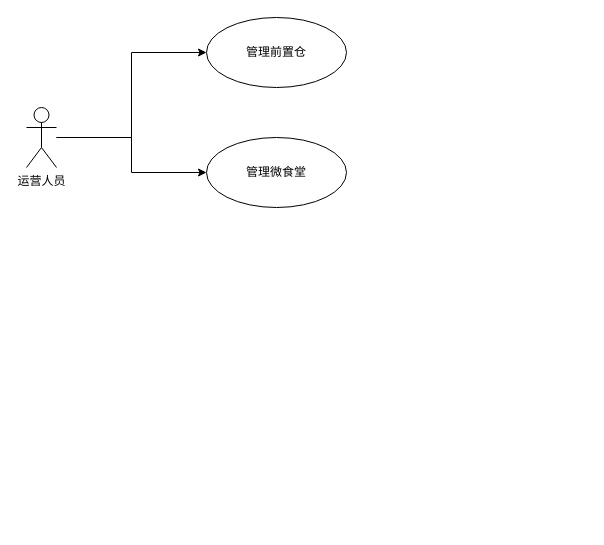
This is 食物觉醒用例图.drawio from fgliu-andy/doc, a draw.io file, before an edit. Source tidied: cells renumbered, new cells numbered last; positions are measured from the earlier drawing's top-left corner, leaving out a move shared by most shapes. Both pictures are drawn from the tidied source at 100%, with x=0, y=0 at pixel (26, 17).
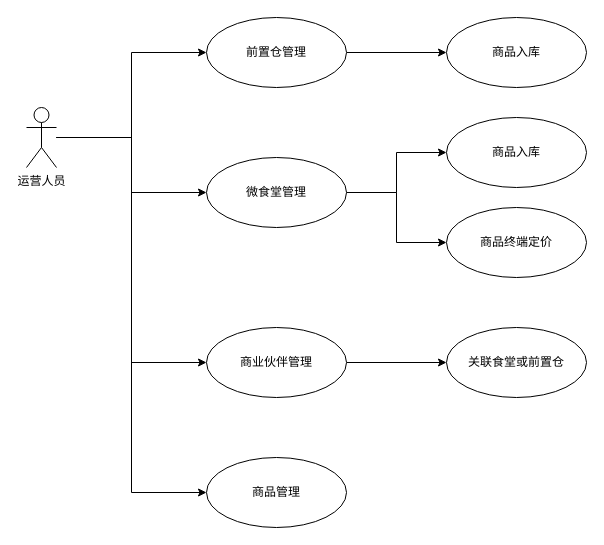
The same diagram, later.

Commit message (it also covers changes not shown here):
更新食物觉醒用例图.drawio

The edit, as a diff of the source:
```diff
@@
 <mxGraphModel>
   <root>
     <mxCell id="0" />
     <mxCell id="1" parent="0" />
     <mxCell id="2" style="edgeStyle=orthogonalEdgeStyle;rounded=0;jettySize=auto;html=1;entryX=0;entryY=0.5;entryDx=0;entryDy=0;" parent="1" edge="1" source="4" target="6">
       <mxGeometry relative="1" as="geometry" />
     </mxCell>
     <mxCell id="3" style="edgeStyle=orthogonalEdgeStyle;rounded=0;jettySize=auto;html=1;entryX=0;entryY=0.5;entryDx=0;entryDy=0;" parent="1" edge="1" source="4" target="5">
       <mxGeometry relative="1" as="geometry" />
     </mxCell>
+    <mxCell id="7" style="edgeStyle=orthogonalEdgeStyle;rounded=0;jettySize=auto;html=1;entryX=0;entryY=0.5;entryDx=0;entryDy=0;" parent="1" edge="1" source="4" target="13">
+      <mxGeometry relative="1" as="geometry" />
+    </mxCell>
+    <mxCell id="8" style="edgeStyle=orthogonalEdgeStyle;rounded=0;jettySize=auto;html=1;entryX=0;entryY=0.5;entryDx=0;entryDy=0;" parent="1" edge="1" source="4" target="14">
+      <mxGeometry relative="1" as="geometry" />
+    </mxCell>
     <mxCell id="4" value="运营人员" style="shape=umlActor;verticalLabelPosition=bottom;verticalAlign=top;html=1;outlineConnect=0;" parent="1" vertex="1">
       <mxGeometry y="90" width="30" height="60" as="geometry" />
     </mxCell>
+    <mxCell id="9" style="edgeStyle=orthogonalEdgeStyle;rounded=0;jettySize=auto;html=1;" parent="1" edge="1" source="5" target="16">
+      <mxGeometry relative="1" as="geometry" />
+    </mxCell>
+    <mxCell id="10" style="edgeStyle=orthogonalEdgeStyle;rounded=0;jettySize=auto;html=1;entryX=0;entryY=0.5;entryDx=0;entryDy=0;" parent="1" edge="1" source="5" target="18">
+      <mxGeometry relative="1" as="geometry" />
+    </mxCell>
-    <mxCell id="5" value="管理微食堂" style="ellipse;whiteSpace=wrap;html=1;" parent="1" vertex="1">
-      <mxGeometry x="180" y="120" width="140" height="70" as="geometry" />
+    <mxCell id="5" value="微食堂管理" style="ellipse;whiteSpace=wrap;html=1;" parent="1" vertex="1">
+      <mxGeometry x="180" y="140" width="140" height="70" as="geometry" />
     </mxCell>
+    <mxCell id="11" style="edgeStyle=orthogonalEdgeStyle;rounded=0;jettySize=auto;html=1;entryX=0;entryY=0.5;entryDx=0;entryDy=0;" parent="1" edge="1" source="6" target="15">
+      <mxGeometry relative="1" as="geometry" />
+    </mxCell>
-    <mxCell id="6" value="管理前置仓" style="ellipse;whiteSpace=wrap;html=1;" parent="1" vertex="1">
+    <mxCell id="6" value="前置仓管理" style="ellipse;whiteSpace=wrap;html=1;" parent="1" vertex="1">
       <mxGeometry x="180" width="140" height="70" as="geometry" />
     </mxCell>
+    <mxCell id="12" style="edgeStyle=orthogonalEdgeStyle;rounded=0;jettySize=auto;html=1;" parent="1" edge="1" source="13" target="17">
+      <mxGeometry relative="1" as="geometry" />
+    </mxCell>
+    <mxCell id="13" value="商业伙伴管理" style="ellipse;whiteSpace=wrap;html=1;" parent="1" vertex="1">
+      <mxGeometry x="180" y="310" width="140" height="70" as="geometry" />
+    </mxCell>
+    <mxCell id="14" value="商品管理" style="ellipse;whiteSpace=wrap;html=1;" parent="1" vertex="1">
+      <mxGeometry x="180" y="440" width="140" height="70" as="geometry" />
+    </mxCell>
+    <mxCell id="15" value="商品入库" style="ellipse;whiteSpace=wrap;html=1;" parent="1" vertex="1">
+      <mxGeometry x="420" width="140" height="70" as="geometry" />
+    </mxCell>
+    <mxCell id="16" value="商品入库" style="ellipse;whiteSpace=wrap;html=1;" parent="1" vertex="1">
+      <mxGeometry x="420" y="100" width="140" height="70" as="geometry" />
+    </mxCell>
+    <mxCell id="17" value="关联食堂或前置仓" style="ellipse;whiteSpace=wrap;html=1;" parent="1" vertex="1">
+      <mxGeometry x="420" y="310" width="140" height="70" as="geometry" />
+    </mxCell>
+    <mxCell id="18" value="商品终端定价" style="ellipse;whiteSpace=wrap;html=1;" parent="1" vertex="1">
+      <mxGeometry x="420" y="190" width="140" height="70" as="geometry" />
+    </mxCell>
   </root>
 </mxGraphModel>
```
